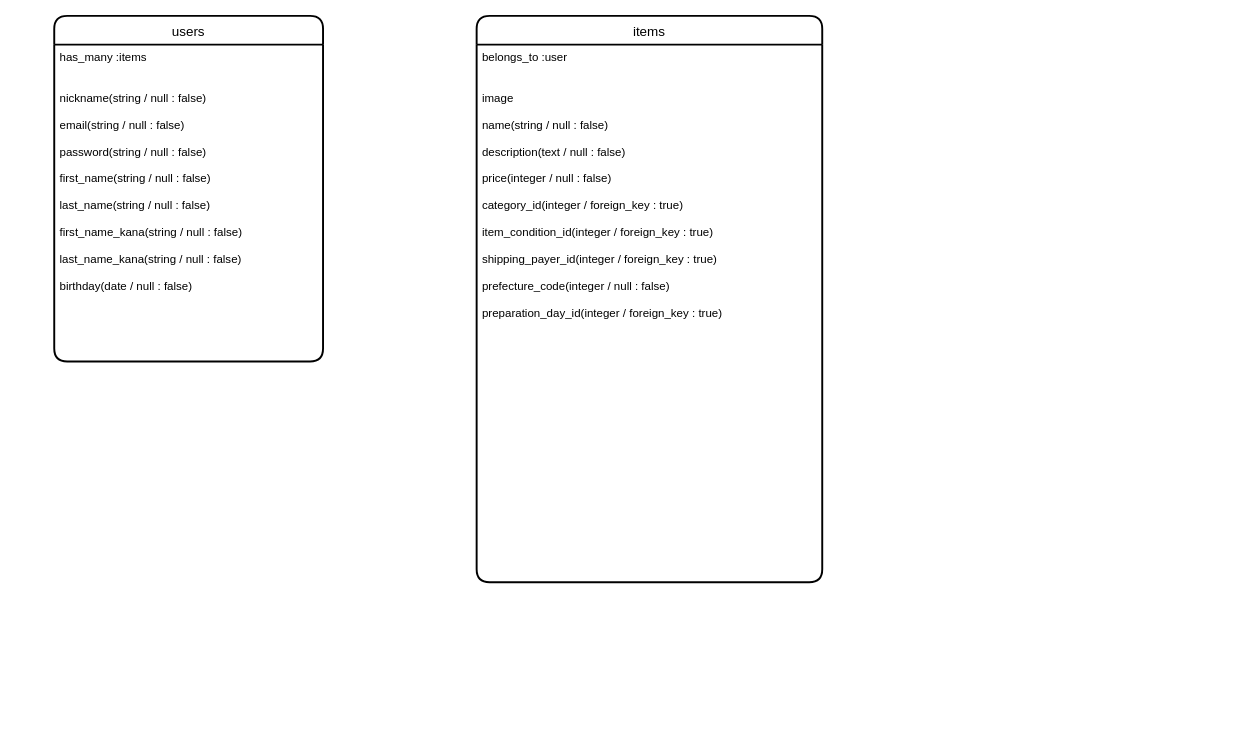
This is 名称未設定ファイル.drawio from zakinicof/training_curriculum, a draw.io file, before an edit. Source tidied: cells renumbered, new cells numbered last; positions are measured from the earlier drawing's top-left corner, leaving out a move shared by most shapes. Both pictures are drawn from the tidied source at 96%, with x=0, y=0 at pixel (54, 15).
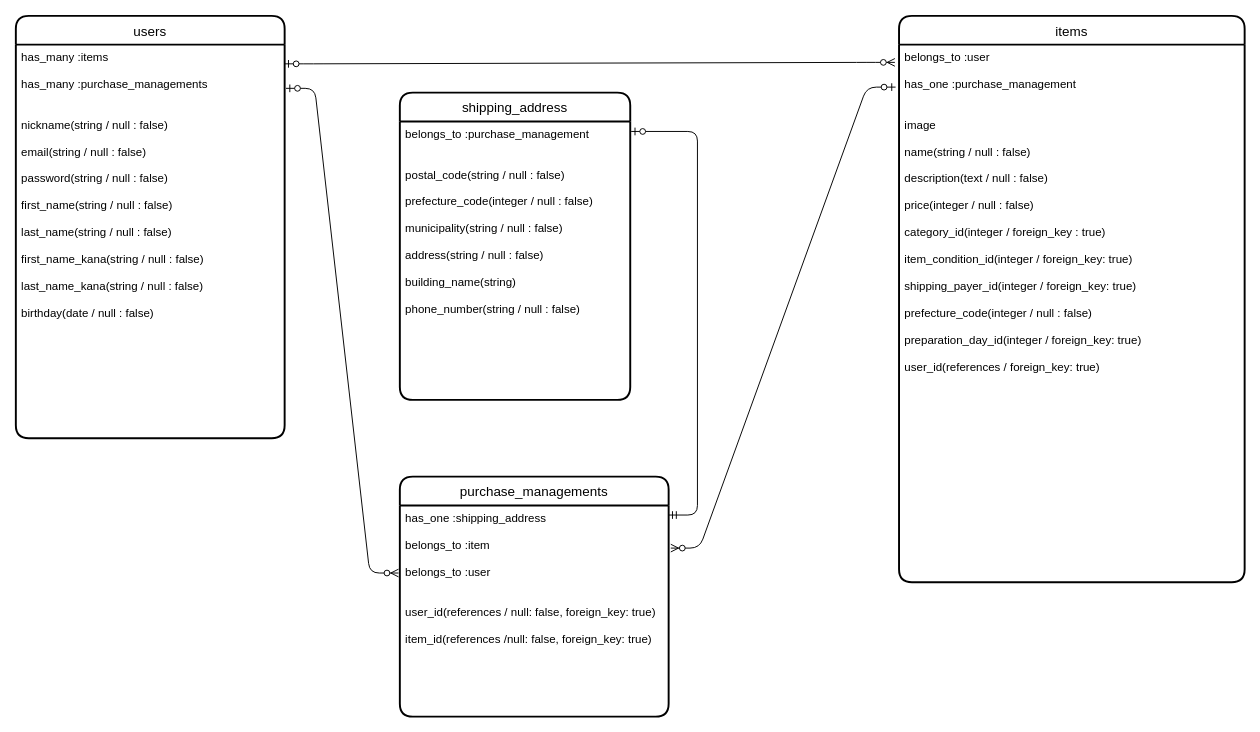
Above is the later version.

Commit message:
名称未設定ファイル.drawio を更新します

Change to the diagram source:
```diff
@@
 <mxGraphModel>
   <root>
     <mxCell id="0" />
     <mxCell id="1" parent="0" />
     <mxCell id="2" value="users" style="swimlane;horizontal=1;startSize=30;rounded=1;fontSize=14;fontStyle=0;strokeWidth=2;shadow=0;dashed=0;align=center;" parent="1" vertex="1">
-      <mxGeometry width="280" height="360" as="geometry" />
+      <mxGeometry x="-40" width="280" height="440" as="geometry" />
     </mxCell>
-    <mxCell id="3" value="has_many :items&#10;&#10;&#10;nickname(string / null : false)&#10;&#10;email(string / null : false)&#10;&#10;password(string / null : false)&#10;&#10;first_name(string / null : false)&#10;&#10;last_name(string / null : false)&#10;&#10;first_name_kana(string / null : false)&#10;&#10;last_name_kana(string / null : false)&#10;&#10;birthday(date / null : false)&#10;" style="align=left;strokeColor=none;fillColor=none;spacingLeft=4;fontSize=12;verticalAlign=top;" parent="2" vertex="1">
-      <mxGeometry y="30" width="280" height="330" as="geometry" />
+    <mxCell id="3" value="has_many :items&#10;&#10;has_many :purchase_managements&#10;&#10;&#10;nickname(string / null : false)&#10;&#10;email(string / null : false)&#10;&#10;password(string / null : false)&#10;&#10;first_name(string / null : false)&#10;&#10;last_name(string / null : false)&#10;&#10;first_name_kana(string / null : false)&#10;&#10;last_name_kana(string / null : false)&#10;&#10;birthday(date / null : false)&#10;" style="align=left;strokeColor=none;fillColor=none;spacingLeft=4;fontSize=12;verticalAlign=top;" parent="2" vertex="1">
+      <mxGeometry y="30" width="280" height="410" as="geometry" />
     </mxCell>
     <mxCell id="4" value="items" style="swimlane;horizontal=1;startSize=30;rounded=1;fontSize=14;fontStyle=0;strokeWidth=2;shadow=0;dashed=0;align=center;" parent="1" vertex="1">
-      <mxGeometry x="440" width="360" height="590" as="geometry" />
+      <mxGeometry x="880" width="360" height="590" as="geometry" />
     </mxCell>
-    <mxCell id="5" value="belongs_to :user&#10;&#10;&#10;image&#10;&#10;name(string / null : false)&#10;&#10;description(text / null : false)&#10;&#10;price(integer / null : false)&#10;&#10;category_id(integer / foreign_key : true)&#10;&#10;item_condition_id(integer / foreign_key : true)&#10;&#10;shipping_payer_id(integer / foreign_key : true)&#10;&#10;prefecture_code(integer / null : false)&#10;&#10;preparation_day_id(integer / foreign_key : true)&#10;&#10;&#10;&#10;&#10;&#10;&#10;" style="align=left;strokeColor=none;fillColor=none;spacingLeft=4;fontSize=12;verticalAlign=top;" parent="4" vertex="1">
+    <mxCell id="5" value="belongs_to :user&#10;&#10;has_one :purchase_management&#10;&#10;&#10;image&#10;&#10;name(string / null : false)&#10;&#10;description(text / null : false)&#10;&#10;price(integer / null : false)&#10;&#10;category_id(integer / foreign_key : true)&#10;&#10;item_condition_id(integer / foreign_key: true)&#10;&#10;shipping_payer_id(integer / foreign_key: true)&#10;&#10;prefecture_code(integer / null : false)&#10;&#10;preparation_day_id(integer / foreign_key: true)&#10;&#10;user_id(references / foreign_key: true)&#10;&#10;&#10;&#10;&#10;&#10;&#10;" style="align=left;strokeColor=none;fillColor=none;spacingLeft=4;fontSize=12;verticalAlign=top;" parent="4" vertex="1">
       <mxGeometry y="30" width="360" height="560" as="geometry" />
     </mxCell>
+    <mxCell id="6" value="shipping_address" style="swimlane;horizontal=1;startSize=30;rounded=1;fontSize=14;fontStyle=0;strokeWidth=2;shadow=0;dashed=0;align=center;" parent="1" vertex="1">
+      <mxGeometry x="360" y="80" width="240" height="320" as="geometry" />
+    </mxCell>
+    <mxCell id="7" value="belongs_to :purchase_management&#10;&#10;&#10;postal_code(string / null : false)&#10;&#10;prefecture_code(integer / null : false)&#10;&#10;municipality(string / null : false)&#10;&#10;address(string / null : false)&#10;&#10;building_name(string)&#10;&#10;phone_number(string / null : false)&#10;" style="align=left;strokeColor=none;fillColor=none;spacingLeft=4;fontSize=12;verticalAlign=top;" parent="6" vertex="1">
+      <mxGeometry y="30" width="240" height="290" as="geometry" />
+    </mxCell>
+    <mxCell id="8" value="purchase_managements" style="swimlane;horizontal=1;startSize=30;rounded=1;fontSize=14;fontStyle=0;strokeWidth=2;shadow=0;dashed=0;align=center;" parent="1" vertex="1">
+      <mxGeometry x="360" y="480" width="280" height="250" as="geometry" />
+    </mxCell>
+    <mxCell id="9" value="has_one :shipping_address&#10;&#10;belongs_to :item&#10;&#10;belongs_to :user&#10;&#10;&#10;user_id(references / null: false, foreign_key: true)&#10;&#10;item_id(references /null: false, foreign_key: true)&#10;" style="align=left;strokeColor=none;fillColor=none;spacingLeft=4;fontSize=12;verticalAlign=top;" parent="8" vertex="1">
+      <mxGeometry y="30" width="280" height="220" as="geometry" />
+    </mxCell>
+    <mxCell id="10" style="edgeStyle=entityRelationEdgeStyle;fontSize=12;html=1;endArrow=ERzeroToMany;startArrow=ERzeroToOne;entryX=-0.012;entryY=0.033;entryDx=0;entryDy=0;entryPerimeter=0;" parent="1" edge="1" target="5">
+      <mxGeometry relative="1" as="geometry">
+        <mxPoint x="240" y="50" as="sourcePoint" />
+      </mxGeometry>
+    </mxCell>
+    <mxCell id="11" style="edgeStyle=entityRelationEdgeStyle;fontSize=12;html=1;endArrow=ERzeroToMany;startArrow=ERzeroToOne;exitX=1.005;exitY=0.111;exitDx=0;exitDy=0;exitPerimeter=0;entryX=-0.005;entryY=0.32;entryDx=0;entryDy=0;entryPerimeter=0;" parent="1" edge="1" source="3" target="9">
+      <mxGeometry relative="1" as="geometry" />
+    </mxCell>
+    <mxCell id="12" style="edgeStyle=entityRelationEdgeStyle;fontSize=12;html=1;endArrow=ERzeroToMany;startArrow=ERzeroToOne;exitX=-0.01;exitY=0.079;exitDx=0;exitDy=0;exitPerimeter=0;entryX=1.008;entryY=0.202;entryDx=0;entryDy=0;entryPerimeter=0;" parent="1" edge="1" source="5" target="9">
+      <mxGeometry relative="1" as="geometry" />
+    </mxCell>
+    <mxCell id="13" style="edgeStyle=entityRelationEdgeStyle;fontSize=12;html=1;endArrow=ERzeroToOne;startArrow=ERmandOne;entryX=1.004;entryY=0.036;entryDx=0;entryDy=0;entryPerimeter=0;" parent="1" edge="1" target="7">
+      <mxGeometry relative="1" as="geometry">
+        <mxPoint x="640" y="520" as="sourcePoint" />
+      </mxGeometry>
+    </mxCell>
   </root>
 </mxGraphModel>
```
